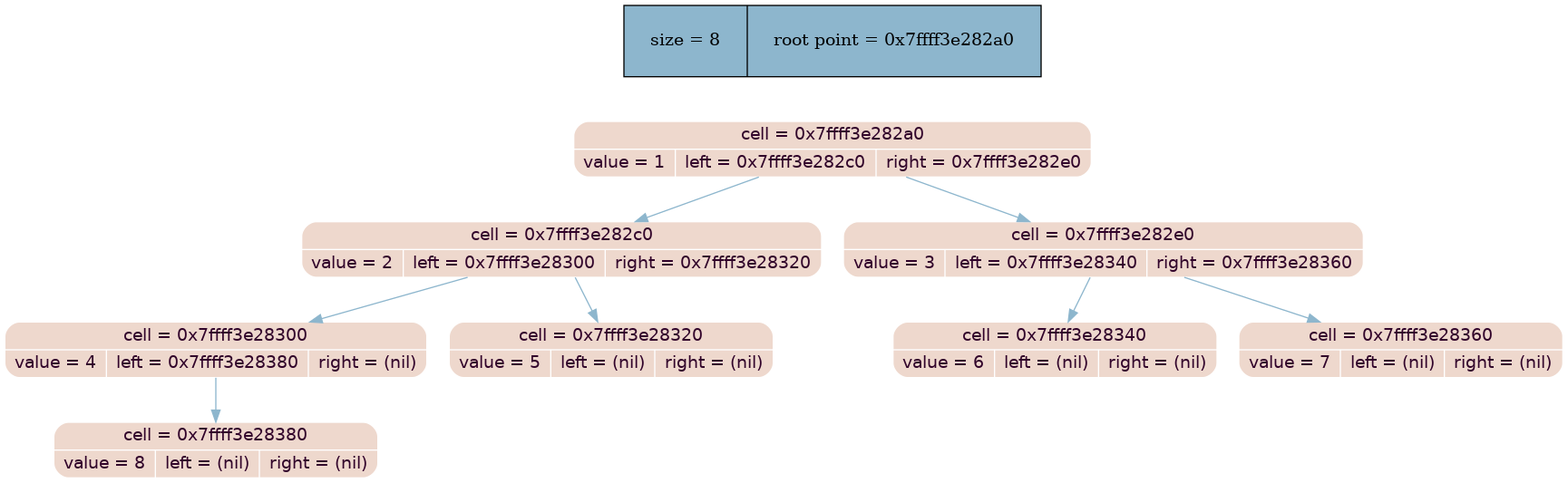
This is dump_info/tree_dump.png from MaxGroshev/tree, a Graphviz export, as it was before one commit. Its source is kept beside it as dump_info/tree_dump.dot.
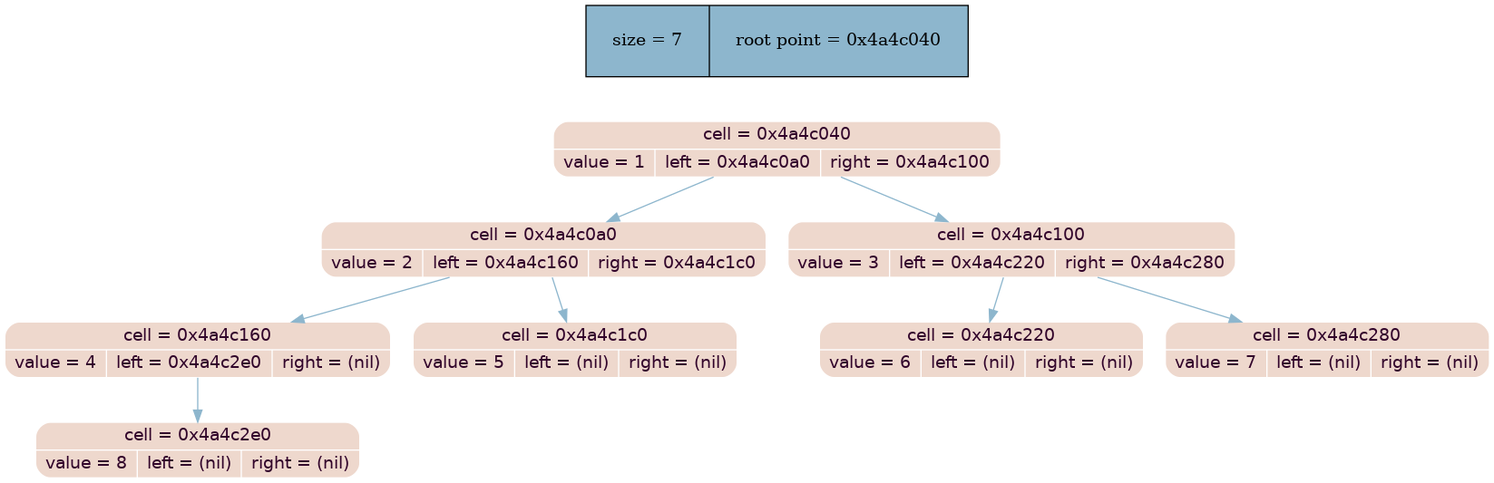
Above is the later version.

Commit message:
tree_remve

Diff of the diagram source:
```diff
@@ -3,22 +3,22 @@
 rankdir = ""
 splines = "true"
 
-node_stat [margin = "0.3*0.3", style = "filled", shape = "record", fillcolor = "#8DB6CD" label = " size = 8 | root point = 0x4a4c040"]
+node_stat [margin = "0.3*0.3", style = "filled", shape = "record", fillcolor = "#8DB6CD" label = " size = 8 | root point = 0x7fffcfff22a0"]
 {rank = source; node_stat}
 
-node0x4a4c040 [shape = "Mrecord", fillcolor = "#eed8cd", style = "filled", fontcolor = "#31032A", fontname = "Calibri", color = "white", label = "{cell = 0x4a4c040\n | {value = 1 |left = 0x4a4c0a0 |right = 0x4a4c100}}"]
-node0x4a4c040 -> node0x4a4c0a0 [color = "#8DB6CD", style = "", constraint = true, fillcolor = "#8DB6CD",   fontcolor = "", fontname = "Calibri", label = ""];
-node0x4a4c0a0 [shape = "Mrecord", fillcolor = "#eed8cd", style = "filled", fontcolor = "#31032A", fontname = "Calibri", color = "white", label = "{cell = 0x4a4c0a0\n | {value = 2 |left = 0x4a4c160 |right = 0x4a4c1c0}}"]
-node0x4a4c0a0 -> node0x4a4c160 [color = "#8DB6CD", style = "", constraint = true, fillcolor = "#8DB6CD",   fontcolor = "", fontname = "Calibri", label = ""];
-node0x4a4c160 [shape = "Mrecord", fillcolor = "#eed8cd", style = "filled", fontcolor = "#31032A", fontname = "Calibri", color = "white", label = "{cell = 0x4a4c160\n | {value = 4 |left = 0x4a4c2e0 |right = (nil)}}"]
-node0x4a4c160 -> node0x4a4c2e0 [color = "#8DB6CD", style = "", constraint = true, fillcolor = "#8DB6CD",   fontcolor = "", fontname = "Calibri", label = ""];
-node0x4a4c2e0 [shape = "Mrecord", fillcolor = "#eed8cd", style = "filled", fontcolor = "#31032A", fontname = "Calibri", color = "white", label = "{cell = 0x4a4c2e0\n | {value = 8 |left = (nil) |right = (nil)}}"]
-node0x4a4c0a0 -> node0x4a4c1c0 [color = "#8DB6CD", style = "", constraint = true, fillcolor = "#8DB6CD",   fontcolor = "", fontname = "Calibri", label = ""];
-node0x4a4c1c0 [shape = "Mrecord", fillcolor = "#eed8cd", style = "filled", fontcolor = "#31032A", fontname = "Calibri", color = "white", label = "{cell = 0x4a4c1c0\n | {value = 5 |left = (nil) |right = (nil)}}"]
-node0x4a4c040 -> node0x4a4c100 [color = "#8DB6CD", style = "", constraint = true, fillcolor = "#8DB6CD",   fontcolor = "", fontname = "Calibri", label = ""];
-node0x4a4c100 [shape = "Mrecord", fillcolor = "#eed8cd", style = "filled", fontcolor = "#31032A", fontname = "Calibri", color = "white", label = "{cell = 0x4a4c100\n | {value = 3 |left = 0x4a4c220 |right = 0x4a4c280}}"]
-node0x4a4c100 -> node0x4a4c220 [color = "#8DB6CD", style = "", constraint = true, fillcolor = "#8DB6CD",   fontcolor = "", fontname = "Calibri", label = ""];
-node0x4a4c220 [shape = "Mrecord", fillcolor = "#eed8cd", style = "filled", fontcolor = "#31032A", fontname = "Calibri", color = "white", label = "{cell = 0x4a4c220\n | {value = 6 |left = (nil) |right = (nil)}}"]
-node0x4a4c100 -> node0x4a4c280 [color = "#8DB6CD", style = "", constraint = true, fillcolor = "#8DB6CD",   fontcolor = "", fontname = "Calibri", label = ""];
-node0x4a4c280 [shape = "Mrecord", fillcolor = "#eed8cd", style = "filled", fontcolor = "#31032A", fontname = "Calibri", color = "white", label = "{cell = 0x4a4c280\n | {value = 7 |left = (nil) |right = (nil)}}"]
+node0x7fffcfff22a0 [shape = "Mrecord", fillcolor = "#eed8cd", style = "filled", fontcolor = "#31032A", fontname = "Calibri", color = "white", label = "{cell = 0x7fffcfff22a0\n | {value = 1 |left = 0x7fffcfff22c0 |right = 0x7fffcfff22e0}}"]
+node0x7fffcfff22a0 -> node0x7fffcfff22c0 [color = "#8DB6CD", style = "", constraint = true, fillcolor = "#8DB6CD",   fontcolor = "", fontname = "Calibri", label = ""];
+node0x7fffcfff22c0 [shape = "Mrecord", fillcolor = "#eed8cd", style = "filled", fontcolor = "#31032A", fontname = "Calibri", color = "white", label = "{cell = 0x7fffcfff22c0\n | {value = 2 |left = 0x7fffcfff2300 |right = 0x7fffcfff2320}}"]
+node0x7fffcfff22c0 -> node0x7fffcfff2300 [color = "#8DB6CD", style = "", constraint = true, fillcolor = "#8DB6CD",   fontcolor = "", fontname = "Calibri", label = ""];
+node0x7fffcfff2300 [shape = "Mrecord", fillcolor = "#eed8cd", style = "filled", fontcolor = "#31032A", fontname = "Calibri", color = "white", label = "{cell = 0x7fffcfff2300\n | {value = 4 |left = 0x7fffcfff2380 |right = (nil)}}"]
+node0x7fffcfff2300 -> node0x7fffcfff2380 [color = "#8DB6CD", style = "", constraint = true, fillcolor = "#8DB6CD",   fontcolor = "", fontname = "Calibri", label = ""];
+node0x7fffcfff2380 [shape = "Mrecord", fillcolor = "#eed8cd", style = "filled", fontcolor = "#31032A", fontname = "Calibri", color = "white", label = "{cell = 0x7fffcfff2380\n | {value = 8 |left = (nil) |right = (nil)}}"]
+node0x7fffcfff22c0 -> node0x7fffcfff2320 [color = "#8DB6CD", style = "", constraint = true, fillcolor = "#8DB6CD",   fontcolor = "", fontname = "Calibri", label = ""];
+node0x7fffcfff2320 [shape = "Mrecord", fillcolor = "#eed8cd", style = "filled", fontcolor = "#31032A", fontname = "Calibri", color = "white", label = "{cell = 0x7fffcfff2320\n | {value = 5 |left = (nil) |right = (nil)}}"]
+node0x7fffcfff22a0 -> node0x7fffcfff22e0 [color = "#8DB6CD", style = "", constraint = true, fillcolor = "#8DB6CD",   fontcolor = "", fontname = "Calibri", label = ""];
+node0x7fffcfff22e0 [shape = "Mrecord", fillcolor = "#eed8cd", style = "filled", fontcolor = "#31032A", fontname = "Calibri", color = "white", label = "{cell = 0x7fffcfff22e0\n | {value = 3 |left = 0x7fffcfff2340 |right = 0x7fffcfff2360}}"]
+node0x7fffcfff22e0 -> node0x7fffcfff2340 [color = "#8DB6CD", style = "", constraint = true, fillcolor = "#8DB6CD",   fontcolor = "", fontname = "Calibri", label = ""];
+node0x7fffcfff2340 [shape = "Mrecord", fillcolor = "#eed8cd", style = "filled", fontcolor = "#31032A", fontname = "Calibri", color = "white", label = "{cell = 0x7fffcfff2340\n | {value = 6 |left = (nil) |right = (nil)}}"]
+node0x7fffcfff22e0 -> node0x7fffcfff2360 [color = "#8DB6CD", style = "", constraint = true, fillcolor = "#8DB6CD",   fontcolor = "", fontname = "Calibri", label = ""];
+node0x7fffcfff2360 [shape = "Mrecord", fillcolor = "#eed8cd", style = "filled", fontcolor = "#31032A", fontname = "Calibri", color = "white", label = "{cell = 0x7fffcfff2360\n | {value = 7 |left = (nil) |right = (nil)}}"]
 }
```
